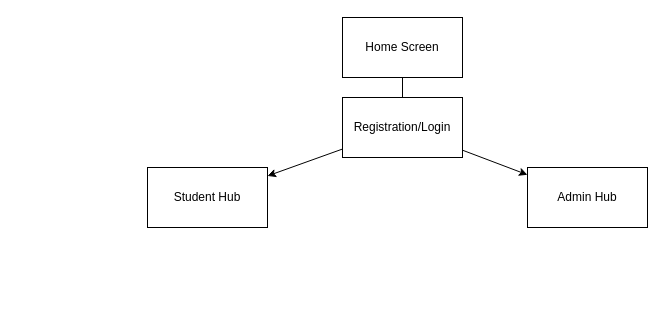
Before: Untitled Diagram.drawio in ikec4937/scas-nea, a draw.io diagram. Source tidied: cells renumbered, new cells numbered last; positions are measured from the earlier drawing's top-left corner, leaving out a move shared by most shapes. Both pictures are drawn from the tidied source at 100%, with x=0, y=0 at pixel (147, 17).
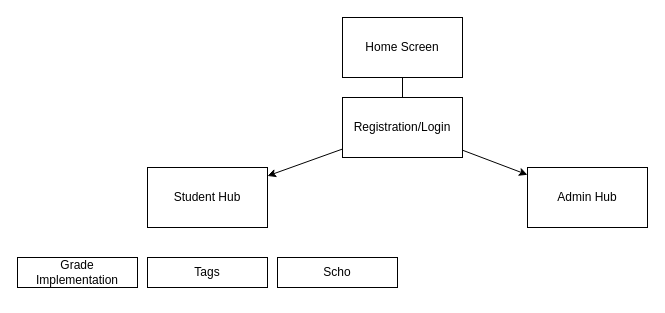
The same page after the edit.

Diff of the diagram source:
```diff
@@
 <mxGraphModel>
   <root>
     <mxCell id="0" />
     <mxCell id="1" parent="0" />
     <mxCell id="2" value="Home Screen" style="rounded=0;whiteSpace=wrap;html=1;" parent="1" vertex="1">
       <mxGeometry x="195" width="120" height="60" as="geometry" />
     </mxCell>
     <mxCell id="3" value="Registration/Login" style="rounded=0;whiteSpace=wrap;html=1;" parent="1" vertex="1">
       <mxGeometry x="195" y="80" width="120" height="60" as="geometry" />
     </mxCell>
     <mxCell id="4" style="endArrow=none;html=1;rounded=0;" parent="1" edge="1" source="3" target="2">
       <mxGeometry relative="1" as="geometry" />
     </mxCell>
     <mxCell id="5" value="Student Hub" style="rounded=0;whiteSpace=wrap;html=1;" parent="1" vertex="1">
       <mxGeometry y="150" width="120" height="60" as="geometry" />
     </mxCell>
     <mxCell id="6" value="Admin Hub" style="rounded=0;whiteSpace=wrap;html=1;" parent="1" vertex="1">
       <mxGeometry x="380" y="150" width="120" height="60" as="geometry" />
     </mxCell>
     <mxCell id="7" style="endArrow=classic;html=1;rounded=0;" parent="1" edge="1" source="3" target="5">
       <mxGeometry relative="1" as="geometry" />
     </mxCell>
     <mxCell id="8" style="endArrow=classic;html=1;rounded=0;" parent="1" edge="1" source="3" target="6">
       <mxGeometry relative="1" as="geometry" />
     </mxCell>
+    <mxCell id="9" value="Grade Implementation" style="rounded=0;whiteSpace=wrap;html=1;" parent="1" vertex="1">
+      <mxGeometry x="-130" y="240" width="120" height="30" as="geometry" />
+    </mxCell>
+    <mxCell id="10" value="Tags" style="rounded=0;whiteSpace=wrap;html=1;" parent="1" vertex="1">
+      <mxGeometry y="240" width="120" height="30" as="geometry" />
+    </mxCell>
+    <mxCell id="11" style="edgeStyle=orthogonalEdgeStyle;rounded=0;orthogonalLoop=1;jettySize=auto;html=1;exitX=0.5;exitY=1;exitDx=0;exitDy=0;" parent="1" edge="1" source="10" target="10">
+      <mxGeometry relative="1" as="geometry" />
+    </mxCell>
+    <mxCell id="12" value="Scho" style="rounded=0;whiteSpace=wrap;html=1;" parent="1" vertex="1">
+      <mxGeometry x="130" y="240" width="120" height="30" as="geometry" />
+    </mxCell>
   </root>
 </mxGraphModel>
```
